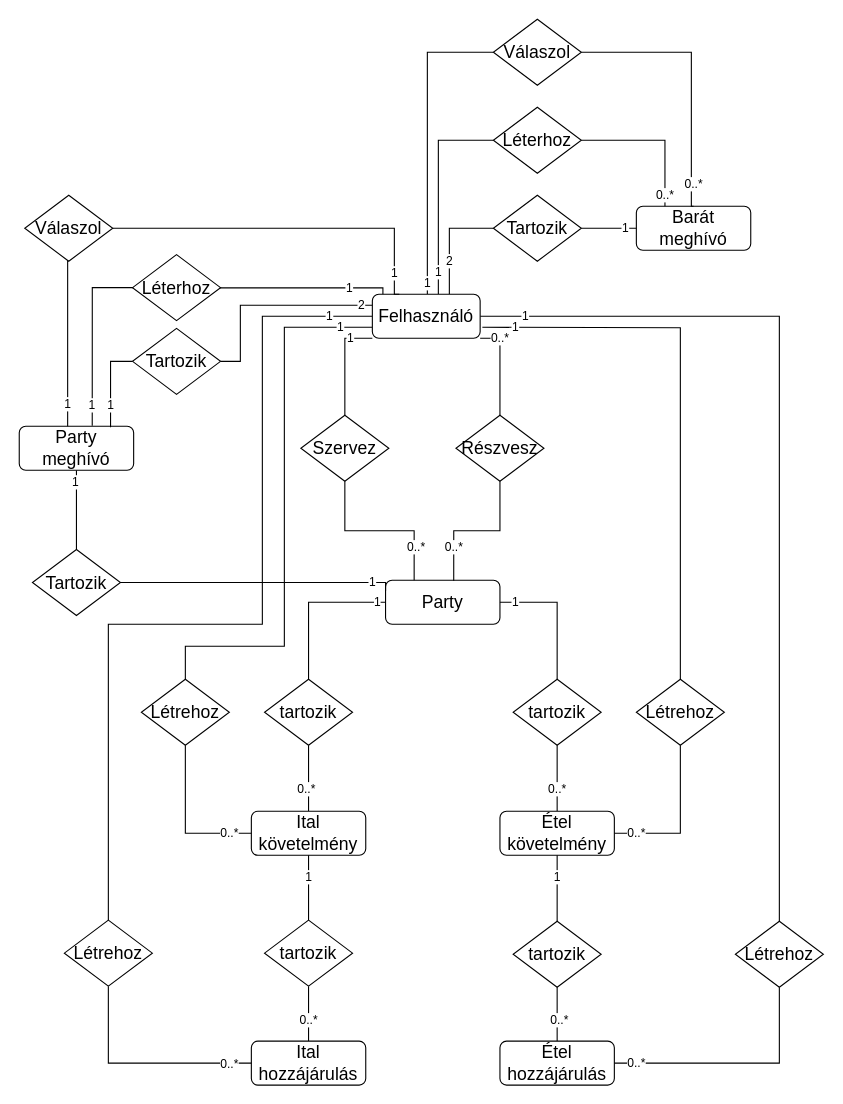
Above: project_plans/diagrams/Modellek_kozotti_kapcsolat.drawio in zsomborCzaban/party_organizer (draw.io), before the change. Source tidied: cells renumbered, new cells numbered last; positions are measured from the earlier drawing's top-left corner, leaving out a move shared by most shapes. Both pictures are drawn from the tidied source at 110%, with x=0, y=0 at pixel (19, 19).
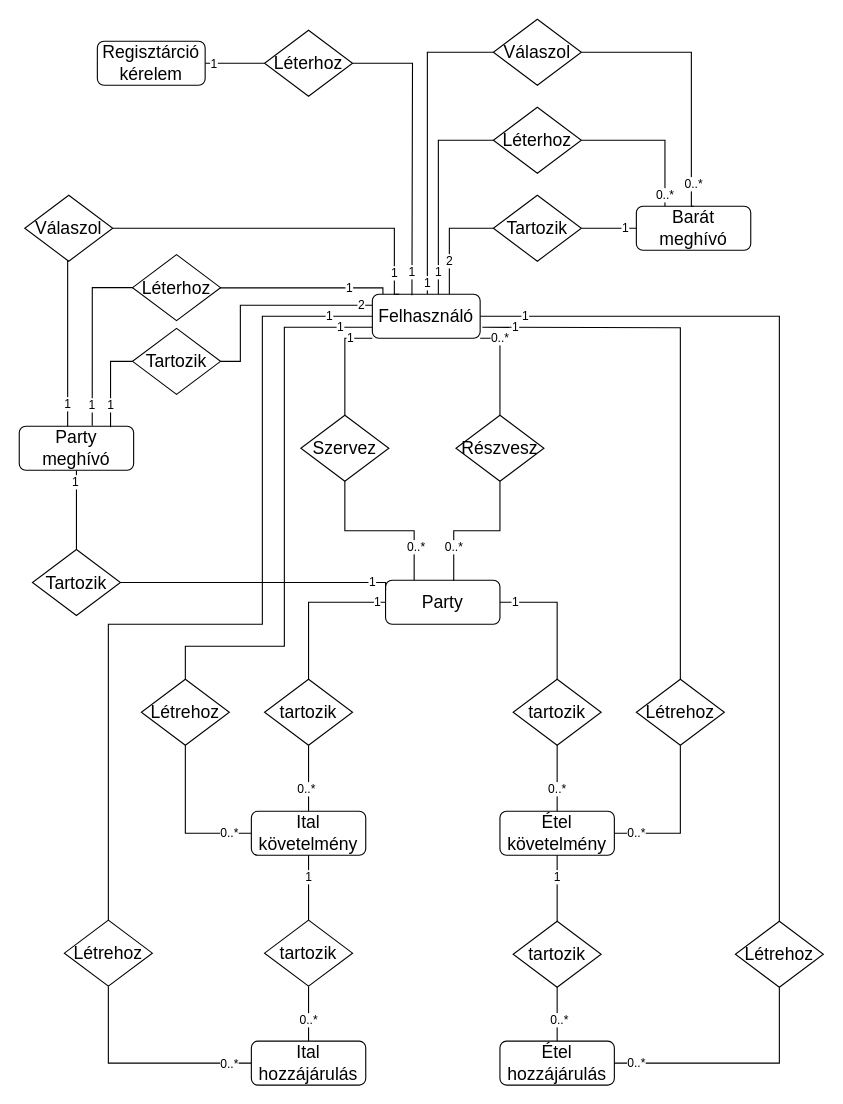
The same page after the edit.

The edit, as a diff of the source:
```diff
@@
+    <mxCell id="61" style="edgeStyle=orthogonalEdgeStyle;rounded=0;jettySize=auto;html=1;entryX=0;entryY=0.5;entryDx=0;entryDy=0;endArrow=none;startFill=0;" parent="1" edge="1" source="63" target="64">
+      <mxGeometry relative="1" as="geometry" />
+    </mxCell>
+    <mxCell id="62" value="1" style="edgeLabel;html=1;align=center;verticalAlign=middle;" parent="61" vertex="1">
+      <mxGeometry x="-0.73" relative="1" as="geometry" />
+    </mxCell>
+    <mxCell id="63" value="&lt;span style=&quot;font-size: 16px;&quot;&gt;Regisztárció kérelem&lt;/span&gt;" style="rounded=1;whiteSpace=wrap;html=1;" parent="1" vertex="1">
+      <mxGeometry x="71" y="20" width="98" height="40" as="geometry" />
+    </mxCell>
+    <mxCell id="64" value="&lt;font style=&quot;font-size: 16px;&quot;&gt;Léterhoz&lt;/font&gt;" style="rhombus;whiteSpace=wrap;html=1;" parent="1" vertex="1">
+      <mxGeometry x="223" y="10" width="80" height="60" as="geometry" />
+    </mxCell>
+    <mxCell id="65" style="edgeStyle=orthogonalEdgeStyle;rounded=0;jettySize=auto;html=1;endArrow=none;startFill=0;" parent="1" edge="1" source="64">
+      <mxGeometry relative="1" as="geometry">
+        <mxPoint x="357" y="251" as="targetPoint" />
+      </mxGeometry>
+    </mxCell>
+    <mxCell id="66" value="1" style="edgeLabel;html=1;align=center;verticalAlign=middle;" parent="65" vertex="1">
+      <mxGeometry x="0.84" y="-1" relative="1" as="geometry" />
+    </mxCell>
```
